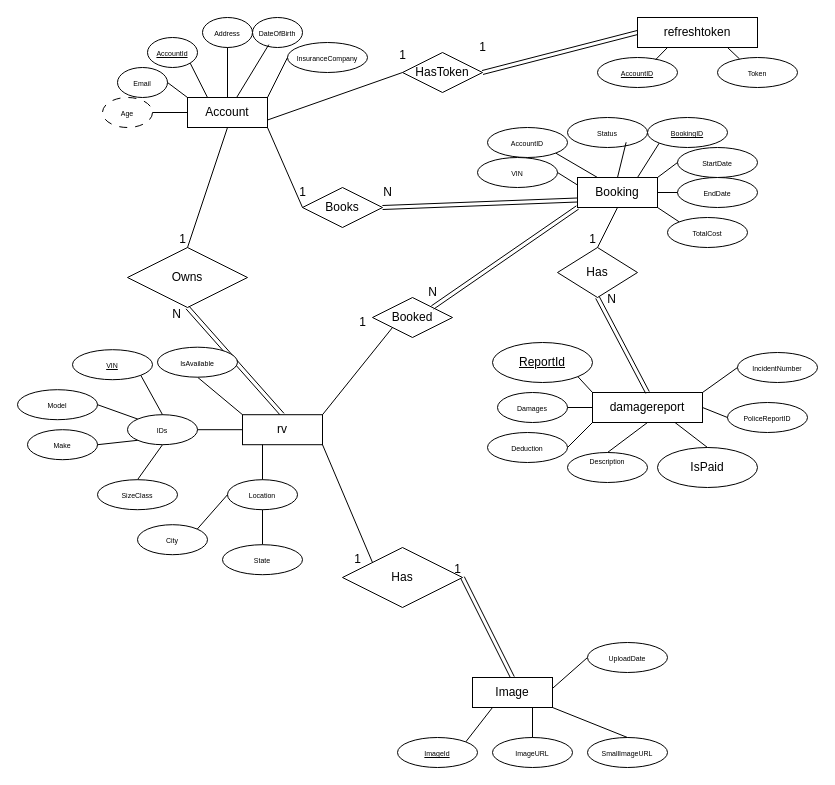
Above: RVSolutions.drawio in JasonDinh345/RV-Solutions (draw.io), before the change. Source tidied: cells renumbered, new cells numbered last; positions are measured from the earlier drawing's top-left corner, leaving out a move shared by most shapes. Both pictures are drawn from the tidied source at 100%, with x=0, y=0 at pixel (17, 17).
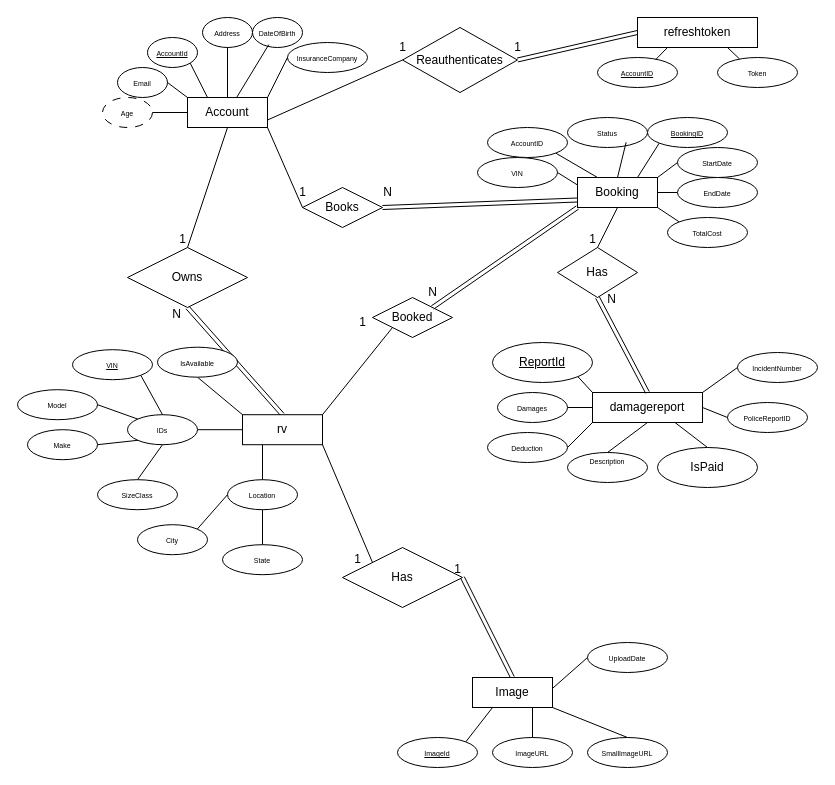
The same page after the edit.

Commit message:
updated relationship for refreshtoken

The edit, as a diff of the source:
```diff
@@
-    <mxCell id="4" value="HasToken" style="rhombus;whiteSpace=wrap;html=1;" parent="1" vertex="1">
-      <mxGeometry x="385" y="35" width="80" height="40" as="geometry" />
+    <mxCell id="4" value="Reauthenticates" style="rhombus;whiteSpace=wrap;html=1;" parent="1" vertex="1">
+      <mxGeometry x="385" y="10" width="115" height="65" as="geometry" />
     </mxCell>
@@
     <mxCell id="66" value="1" style="text;html=1;align=center;verticalAlign=middle;strokeColor=none;fillColor=none;" parent="1" vertex="1">
-      <mxGeometry x="370" y="23" width="30" height="30" as="geometry" />
+      <mxGeometry x="370" y="15" width="30" height="30" as="geometry" />
     </mxCell>
     <mxCell id="67" value="1" style="text;html=1;align=center;verticalAlign=middle;strokeColor=none;fillColor=none;" parent="1" vertex="1">
-      <mxGeometry x="450" y="15" width="30" height="30" as="geometry" />
+      <mxGeometry x="485" y="15" width="30" height="30" as="geometry" />
     </mxCell>
```
